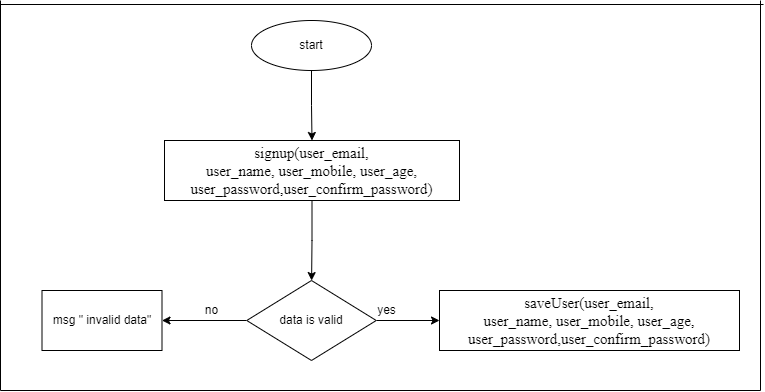
Above: Definition/Design/low level design/flowchart/user signup.drawio.png in SaadHamdy1999/TravelAdvisor (draw.io), before the change. Source tidied: cells renumbered, new cells last; positions are measured from the earlier drawing's top-left corner, leaving out a move shared by most shapes. Its diagram source:
```xml
<mxGraphModel>
  <root>
    <mxCell id="0" />
    <mxCell id="1" parent="0" />
    <mxCell id="2" style="edgeStyle=orthogonalEdgeStyle;rounded=0;jettySize=auto;html=1;" parent="1" edge="1" source="3" target="5">
      <mxGeometry relative="1" as="geometry" />
    </mxCell>
    <mxCell id="3" value="start" style="ellipse;whiteSpace=wrap;html=1;" parent="1" vertex="1">
      <mxGeometry x="251" y="20" width="120" height="50" as="geometry" />
    </mxCell>
    <mxCell id="4" style="edgeStyle=orthogonalEdgeStyle;rounded=0;jettySize=auto;html=1;" parent="1" edge="1" source="5" target="8">
      <mxGeometry relative="1" as="geometry" />
    </mxCell>
    <mxCell id="5" value="&lt;font face=&quot;Times New Roman&quot;&gt;&lt;font style=&quot;font-size: 15px;&quot;&gt;signup(user_e&lt;/font&gt;&lt;span style=&quot;font-size: 15px; position: relative; top: 0.5pt;&quot;&gt;mail,&lt;br&gt;user_name, user_mobile, user_age, user_password,user_confirm_password)&lt;/span&gt;&lt;/font&gt;" style="whiteSpace=wrap;html=1;" parent="1" vertex="1">
      <mxGeometry x="164" y="140" width="295" height="60" as="geometry" />
    </mxCell>
    <mxCell id="6" style="edgeStyle=orthogonalEdgeStyle;rounded=0;jettySize=auto;html=1;" parent="1" edge="1" source="8" target="9">
      <mxGeometry relative="1" as="geometry" />
    </mxCell>
    <mxCell id="7" style="edgeStyle=orthogonalEdgeStyle;rounded=0;jettySize=auto;html=1;" parent="1" edge="1" source="8" target="11">
      <mxGeometry relative="1" as="geometry" />
    </mxCell>
    <mxCell id="8" value="&lt;span&gt;data is valid&lt;/span&gt;" style="rhombus;whiteSpace=wrap;html=1;" parent="1" vertex="1">
      <mxGeometry x="246.2" y="280" width="129.5" height="80" as="geometry" />
    </mxCell>
    <mxCell id="9" value="msg &quot; invalid data&quot;" style="whiteSpace=wrap;html=1;" parent="1" vertex="1">
      <mxGeometry x="41.5" y="290" width="120" height="60" as="geometry" />
    </mxCell>
    <mxCell id="10" value="no" style="text;html=1;align=center;verticalAlign=middle;strokeColor=none;fillColor=none;" parent="1" vertex="1">
      <mxGeometry x="196" y="300" width="30" height="20" as="geometry" />
    </mxCell>
    <mxCell id="11" value="&lt;font face=&quot;Times New Roman&quot;&gt;&lt;font style=&quot;font-size: 15px;&quot;&gt;saveUser(user_e&lt;/font&gt;&lt;span style=&quot;font-size: 15px; position: relative; top: 0.5pt;&quot;&gt;mail,&lt;br&gt;user_name, user_mobile, user_age, user_password,user_confirm_password)&lt;/span&gt;&lt;/font&gt;" style="whiteSpace=wrap;html=1;" parent="1" vertex="1">
      <mxGeometry x="439" y="290" width="300" height="60" as="geometry" />
    </mxCell>
    <mxCell id="12" value="yes" style="text;html=1;align=center;verticalAlign=middle;strokeColor=none;fillColor=none;" parent="1" vertex="1">
      <mxGeometry x="371" y="300" width="30" height="20" as="geometry" />
    </mxCell>
    <mxCell id="13" style="endArrow=none;html=1;rounded=0;" parent="1" edge="1">
      <mxGeometry relative="1" as="geometry">
        <mxPoint y="390" as="sourcePoint" />
        <mxPoint x="760" y="390" as="targetPoint" />
      </mxGeometry>
    </mxCell>
    <mxCell id="14" style="endArrow=none;html=1;rounded=0;" parent="1" edge="1">
      <mxGeometry relative="1" as="geometry">
        <mxPoint y="4" as="sourcePoint" />
        <mxPoint x="763" y="4" as="targetPoint" />
      </mxGeometry>
    </mxCell>
    <mxCell id="15" style="endArrow=none;html=1;rounded=0;" parent="1" edge="1">
      <mxGeometry relative="1" as="geometry">
        <mxPoint x="760" y="390" as="sourcePoint" />
        <mxPoint x="760" as="targetPoint" />
      </mxGeometry>
    </mxCell>
    <mxCell id="16" style="endArrow=none;html=1;rounded=0;" parent="1" edge="1">
      <mxGeometry relative="1" as="geometry">
        <mxPoint y="390" as="sourcePoint" />
        <mxPoint as="targetPoint" />
      </mxGeometry>
    </mxCell>
  </root>
</mxGraphModel>
```
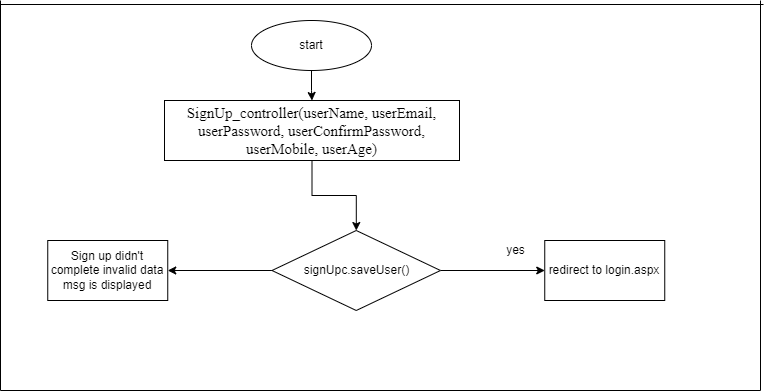
After the commit.

What changed in the source:
```diff
@@ -8,33 +8,12 @@
     <mxCell id="3" value="start" style="ellipse;whiteSpace=wrap;html=1;" parent="1" vertex="1">
       <mxGeometry x="251" y="20" width="120" height="50" as="geometry" />
     </mxCell>
-    <mxCell id="4" style="edgeStyle=orthogonalEdgeStyle;rounded=0;jettySize=auto;html=1;" parent="1" edge="1" source="5" target="8">
-      <mxGeometry relative="1" as="geometry" />
-    </mxCell>
+    <mxCell id="17" style="edgeStyle=orthogonalEdgeStyle;rounded=0;jettySize=auto;html=1;" parent="1" edge="1" source="5" target="20">
+      <mxGeometry relative="1" as="geometry" />
+    </mxCell>
-    <mxCell id="5" value="&lt;font face=&quot;Times New Roman&quot;&gt;&lt;font style=&quot;font-size: 15px;&quot;&gt;signup(user_e&lt;/font&gt;&lt;span style=&quot;font-size: 15px; position: relative; top: 0.5pt;&quot;&gt;mail,&lt;br&gt;user_name, user_mobile, user_age, user_password,user_confirm_password)&lt;/span&gt;&lt;/font&gt;" style="whiteSpace=wrap;html=1;" parent="1" vertex="1">
-      <mxGeometry x="164" y="140" width="295" height="60" as="geometry" />
+    <mxCell id="5" value="&lt;font face=&quot;Times New Roman&quot;&gt;&lt;span style=&quot;font-size: 15px;&quot;&gt;SignUp_controller(userName, userEmail, userPassword, userConfirmPassword, userMobile, userAge)&lt;/span&gt;&lt;/font&gt;" style="whiteSpace=wrap;html=1;" parent="1" vertex="1">
+      <mxGeometry x="164" y="100" width="295" height="60" as="geometry" />
     </mxCell>
-    <mxCell id="6" style="edgeStyle=orthogonalEdgeStyle;rounded=0;jettySize=auto;html=1;" parent="1" edge="1" source="8" target="9">
-      <mxGeometry relative="1" as="geometry" />
-    </mxCell>
-    <mxCell id="7" style="edgeStyle=orthogonalEdgeStyle;rounded=0;jettySize=auto;html=1;" parent="1" edge="1" source="8" target="11">
-      <mxGeometry relative="1" as="geometry" />
-    </mxCell>
-    <mxCell id="8" value="&lt;span&gt;data is valid&lt;/span&gt;" style="rhombus;whiteSpace=wrap;html=1;" parent="1" vertex="1">
-      <mxGeometry x="246.2" y="280" width="129.5" height="80" as="geometry" />
-    </mxCell>
-    <mxCell id="9" value="msg &quot; invalid data&quot;" style="whiteSpace=wrap;html=1;" parent="1" vertex="1">
-      <mxGeometry x="41.5" y="290" width="120" height="60" as="geometry" />
-    </mxCell>
-    <mxCell id="10" value="no" style="text;html=1;align=center;verticalAlign=middle;strokeColor=none;fillColor=none;" parent="1" vertex="1">
-      <mxGeometry x="196" y="300" width="30" height="20" as="geometry" />
-    </mxCell>
-    <mxCell id="11" value="&lt;font face=&quot;Times New Roman&quot;&gt;&lt;font style=&quot;font-size: 15px;&quot;&gt;saveUser(user_e&lt;/font&gt;&lt;span style=&quot;font-size: 15px; position: relative; top: 0.5pt;&quot;&gt;mail,&lt;br&gt;user_name, user_mobile, user_age, user_password,user_confirm_password)&lt;/span&gt;&lt;/font&gt;" style="whiteSpace=wrap;html=1;" parent="1" vertex="1">
-      <mxGeometry x="439" y="290" width="300" height="60" as="geometry" />
-    </mxCell>
-    <mxCell id="12" value="yes" style="text;html=1;align=center;verticalAlign=middle;strokeColor=none;fillColor=none;" parent="1" vertex="1">
-      <mxGeometry x="371" y="300" width="30" height="20" as="geometry" />
-    </mxCell>
     <mxCell id="13" style="endArrow=none;html=1;rounded=0;" parent="1" edge="1">
       <mxGeometry relative="1" as="geometry">
         <mxPoint y="390" as="sourcePoint" />
@@ -59,5 +38,23 @@
         <mxPoint as="targetPoint" />
       </mxGeometry>
     </mxCell>
+    <mxCell id="18" style="edgeStyle=orthogonalEdgeStyle;rounded=0;jettySize=auto;html=1;" parent="1" edge="1" source="20" target="21">
+      <mxGeometry relative="1" as="geometry" />
+    </mxCell>
+    <mxCell id="19" style="edgeStyle=orthogonalEdgeStyle;rounded=0;jettySize=auto;html=1;" parent="1" edge="1" source="20" target="22">
+      <mxGeometry relative="1" as="geometry" />
+    </mxCell>
+    <mxCell id="20" value="signUpc.saveUser()" style="rhombus;whiteSpace=wrap;html=1;" parent="1" vertex="1">
+      <mxGeometry x="271.5" y="230" width="168.5" height="80" as="geometry" />
+    </mxCell>
+    <mxCell id="21" value="redirect to login.aspx" style="whiteSpace=wrap;html=1;" parent="1" vertex="1">
+      <mxGeometry x="544.2" y="240" width="120" height="60" as="geometry" />
+    </mxCell>
+    <mxCell id="22" value="Sign up didn't complete invalid data&lt;br&gt;msg is displayed" style="whiteSpace=wrap;html=1;" parent="1" vertex="1">
+      <mxGeometry x="47.2" y="240" width="120" height="60" as="geometry" />
+    </mxCell>
+    <mxCell id="12" value="yes" style="text;html=1;align=center;verticalAlign=middle;strokeColor=none;fillColor=none;" parent="1" vertex="1">
+      <mxGeometry x="500" y="240" width="30" height="20" as="geometry" />
+    </mxCell>
   </root>
 </mxGraphModel>
```
